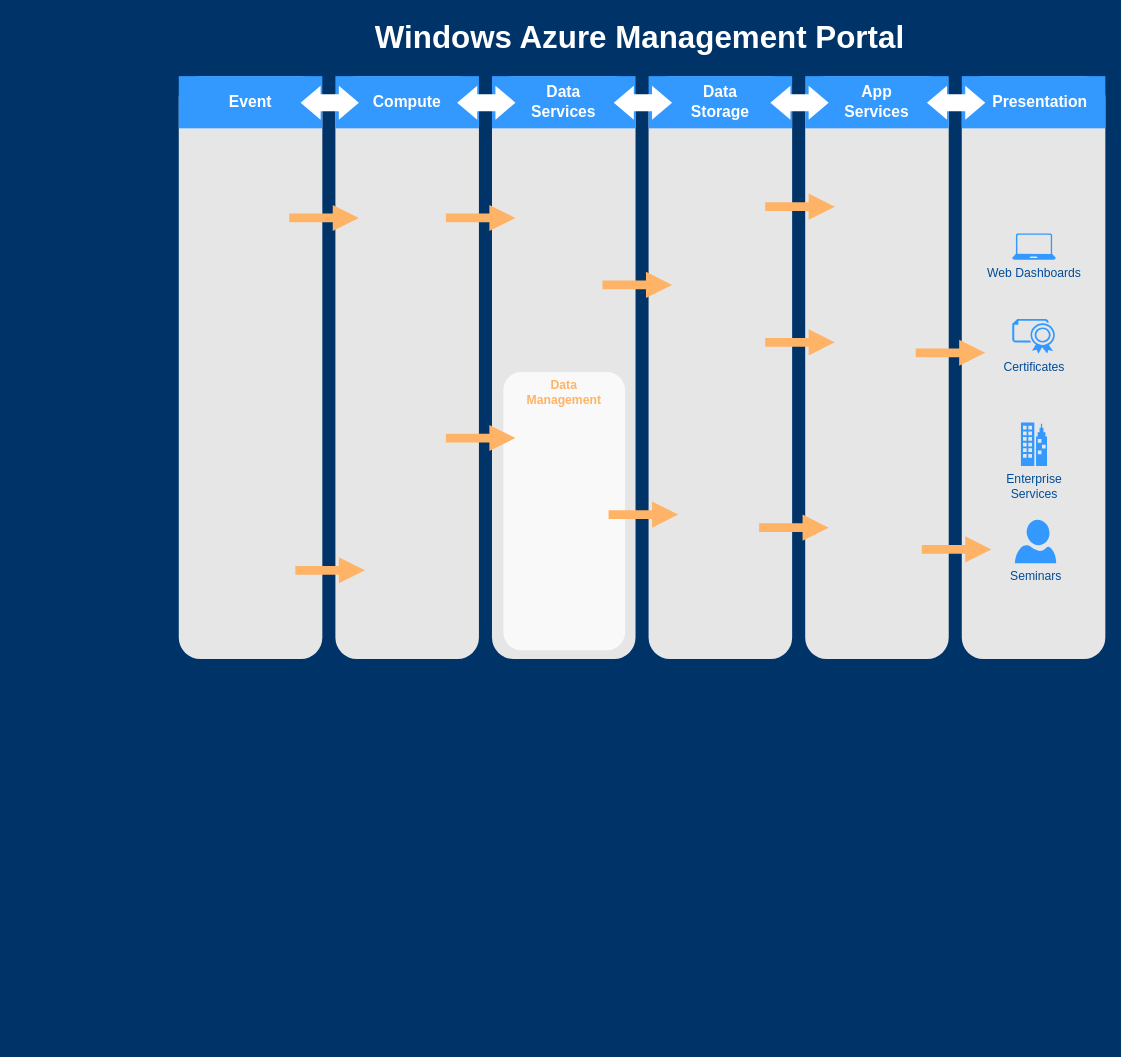
Above: 未命名绘图.drawio in lenonjone/Toolkits (draw.io), before the change. Source tidied: cells renumbered, new cells numbered last; positions are measured from the earlier drawing's top-left corner, leaving out a move shared by most shapes. Both pictures are drawn from the tidied source at 87%, with x=0, y=0 at pixel (178, 15).
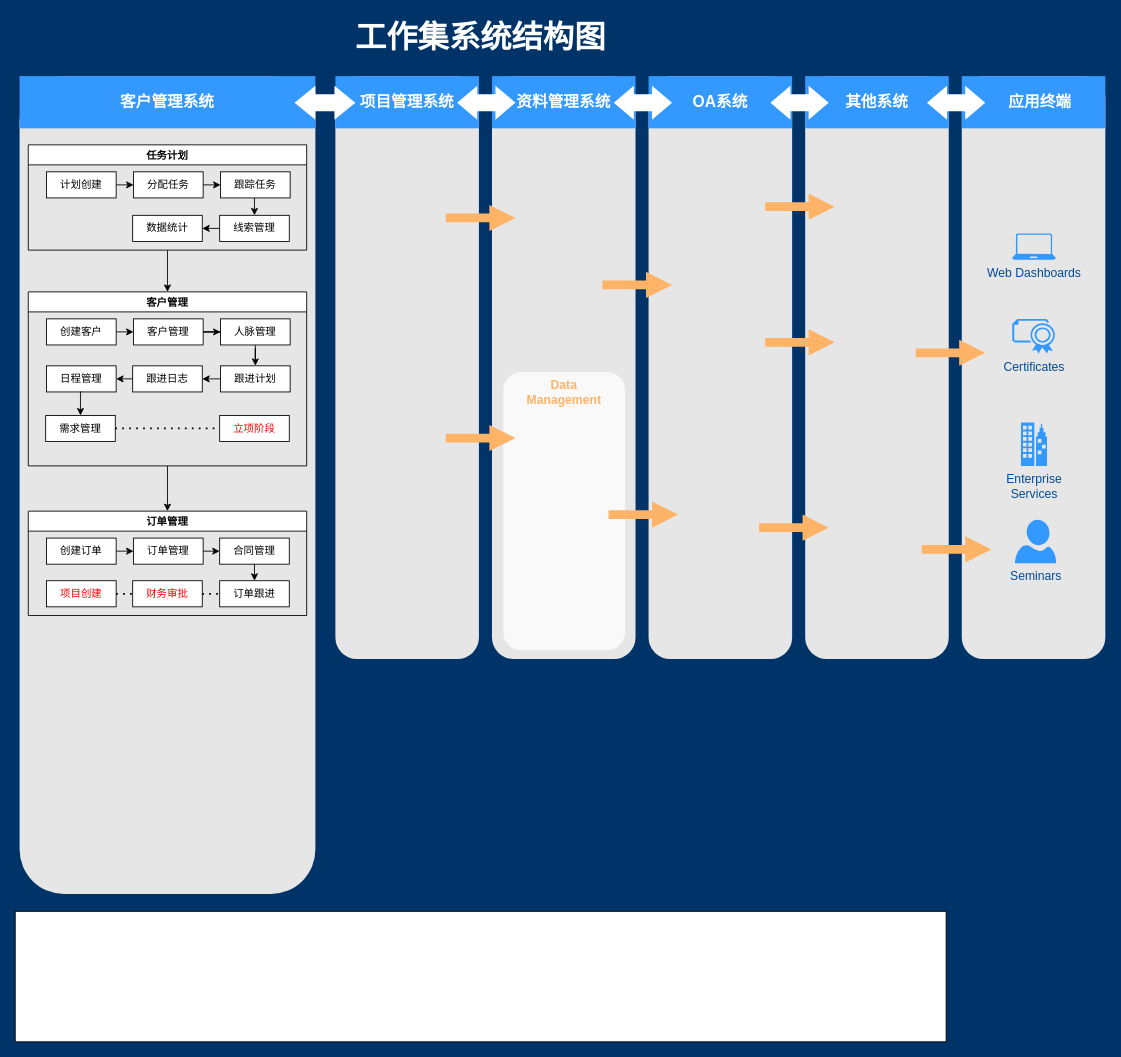
The same diagram, later.

Commit message:
更新未命名绘图.drawio

Change to the diagram source:
```diff
@@
     <mxCell id="2" style="rounded=1;whiteSpace=wrap;html=1;dashed=1;strokeColor=none;strokeWidth=2;fillColor=#E6E6E6;fontFamily=Verdana;fontSize=12;fontColor=#00BEF2;" parent="1" vertex="1">
-      <mxGeometry y="70" width="165" height="670" as="geometry" />
+      <mxGeometry x="-183" y="70" width="340" height="940" as="geometry" />
     </mxCell>
@@
-    <mxCell id="8" value="Event" style="whiteSpace=wrap;html=1;dashed=1;strokeColor=none;strokeWidth=2;fillColor=#3399FF;fontFamily=Helvetica;fontSize=18;fontColor=#FFFFFF;fontStyle=1;" parent="1" vertex="1">
-      <mxGeometry y="70" width="165" height="60" as="geometry" />
+    <mxCell id="8" value="客户管理系统" style="whiteSpace=wrap;html=1;dashed=1;strokeColor=none;strokeWidth=2;fillColor=#3399FF;fontFamily=Helvetica;fontSize=18;fontColor=#FFFFFF;fontStyle=1;" parent="1" vertex="1">
+      <mxGeometry x="-183" y="70" width="340" height="60" as="geometry" />
     </mxCell>
-    <mxCell id="9" value="Compute" style="whiteSpace=wrap;html=1;dashed=1;strokeColor=none;strokeWidth=2;fillColor=#3399FF;fontFamily=Helvetica;fontSize=18;fontColor=#FFFFFF;fontStyle=1;" parent="1" vertex="1">
+    <mxCell id="9" value="项目管理系统" style="whiteSpace=wrap;html=1;dashed=1;strokeColor=none;strokeWidth=2;fillColor=#3399FF;fontFamily=Helvetica;fontSize=18;fontColor=#FFFFFF;fontStyle=1;" parent="1" vertex="1">
       <mxGeometry x="180" y="70" width="165" height="60" as="geometry" />
     </mxCell>
-    <mxCell id="10" value="Data&lt;div&gt;Services&lt;/div&gt;" style="whiteSpace=wrap;html=1;dashed=1;strokeColor=none;strokeWidth=2;fillColor=#3399FF;fontFamily=Helvetica;fontSize=18;fontColor=#FFFFFF;fontStyle=1;" parent="1" vertex="1">
+    <mxCell id="10" value="资料管理系统" style="whiteSpace=wrap;html=1;dashed=1;strokeColor=none;strokeWidth=2;fillColor=#3399FF;fontFamily=Helvetica;fontSize=18;fontColor=#FFFFFF;fontStyle=1;" parent="1" vertex="1">
       <mxGeometry x="360" y="70" width="165" height="60" as="geometry" />
     </mxCell>
-    <mxCell id="11" value="Data&lt;div&gt;Storage&lt;/div&gt;" style="whiteSpace=wrap;html=1;dashed=1;strokeColor=none;strokeWidth=2;fillColor=#3399FF;fontFamily=Helvetica;fontSize=18;fontColor=#FFFFFF;fontStyle=1;" parent="1" vertex="1">
+    <mxCell id="11" value="OA系统" style="whiteSpace=wrap;html=1;dashed=1;strokeColor=none;strokeWidth=2;fillColor=#3399FF;fontFamily=Helvetica;fontSize=18;fontColor=#FFFFFF;fontStyle=1;" parent="1" vertex="1">
       <mxGeometry x="540" y="70" width="165" height="60" as="geometry" />
     </mxCell>
-    <mxCell id="12" value="App&lt;div&gt;Services&lt;/div&gt;" style="whiteSpace=wrap;html=1;dashed=1;strokeColor=none;strokeWidth=2;fillColor=#3399FF;fontFamily=Helvetica;fontSize=18;fontColor=#FFFFFF;fontStyle=1;" parent="1" vertex="1">
+    <mxCell id="12" value="其他系统" style="whiteSpace=wrap;html=1;dashed=1;strokeColor=none;strokeWidth=2;fillColor=#3399FF;fontFamily=Helvetica;fontSize=18;fontColor=#FFFFFF;fontStyle=1;" parent="1" vertex="1">
       <mxGeometry x="720" y="70" width="165" height="60" as="geometry" />
     </mxCell>
-    <mxCell id="13" value="&amp;nbsp; &amp;nbsp;Presentation" style="whiteSpace=wrap;html=1;dashed=1;strokeColor=none;strokeWidth=2;fillColor=#3399FF;fontFamily=Helvetica;fontSize=18;fontColor=#FFFFFF;fontStyle=1;" parent="1" vertex="1">
+    <mxCell id="13" value="&amp;nbsp; &amp;nbsp;应用终端" style="whiteSpace=wrap;html=1;dashed=1;strokeColor=none;strokeWidth=2;fillColor=#3399FF;fontFamily=Helvetica;fontSize=18;fontColor=#FFFFFF;fontStyle=1;" parent="1" vertex="1">
       <mxGeometry x="900" y="70" width="165" height="60" as="geometry" />
     </mxCell>
     <mxCell id="14" style="shape=mxgraph.arrows.two_way_arrow_horizontal;html=1;verticalLabelPosition=bottom;verticalAlign=top;strokeWidth=2;strokeColor=none;dashed=1;fillColor=#FFFFFF;fontFamily=Verdana;fontSize=12;fontColor=#00BEF2;" parent="1" vertex="1">
-      <mxGeometry x="140" y="81" width="67" height="39" as="geometry" />
+      <mxGeometry x="133" y="81" width="70" height="39" as="geometry" />
     </mxCell>
@@
-    <mxCell id="19" value="Windows Azure Management Portal" style="text;html=1;strokeColor=none;fillColor=none;align=center;verticalAlign=middle;whiteSpace=wrap;overflow=hidden;dashed=1;fontSize=36;fontColor=#FFFFFF;fontFamily=Helvetica;fontStyle=1;" parent="1" vertex="1">
-      <mxGeometry width="1060" height="50" as="geometry" />
+    <mxCell id="19" value="工作集系统结构图" style="text;html=1;strokeColor=none;fillColor=none;align=center;verticalAlign=middle;whiteSpace=wrap;overflow=hidden;dashed=1;fontSize=36;fontColor=#FFFFFF;fontFamily=Helvetica;fontStyle=1;" parent="1" vertex="1">
+      <mxGeometry x="-183" width="1060" height="50" as="geometry" />
     </mxCell>
@@
-    <mxCell id="25" style="arrow;html=1;endArrow=block;endFill=1;strokeColor=none;strokeWidth=4;fontFamily=Helvetica;fontSize=36;fontColor=#FFB366;fillColor=#FFB366;" parent="1" edge="1">
-      <mxGeometry relative="1" as="geometry">
-        <mxPoint x="127" y="233" as="sourcePoint" />
-        <mxPoint x="207" y="233" as="targetPoint" />
-      </mxGeometry>
-    </mxCell>
@@
-    <mxCell id="35" style="arrow;html=1;endArrow=block;endFill=1;strokeColor=none;strokeWidth=4;fontFamily=Helvetica;fontSize=36;fontColor=#FFB366;fillColor=#FFB366;" parent="1" edge="1">
-      <mxGeometry relative="1" as="geometry">
-        <mxPoint x="134" y="638" as="sourcePoint" />
-        <mxPoint x="214" y="638" as="targetPoint" />
-      </mxGeometry>
-    </mxCell>
+    <mxCell id="36" style="rounded=0;whiteSpace=wrap;html=1;" parent="1" vertex="1">
+      <mxGeometry x="-188" y="1030" width="1070" height="150" as="geometry" />
+    </mxCell>
+    <mxCell id="37" style="edgeStyle=orthogonalEdgeStyle;rounded=0;jettySize=auto;html=1;exitX=0.5;exitY=1;exitDx=0;exitDy=0;entryX=0.5;entryY=0;entryDx=0;entryDy=0;" parent="1" edge="1" source="38" target="47">
+      <mxGeometry relative="1" as="geometry" />
+    </mxCell>
+    <mxCell id="38" value="任务计划" style="swimlane;" parent="1" vertex="1">
+      <mxGeometry x="-173" y="149" width="320" height="121" as="geometry" />
+    </mxCell>
+    <mxCell id="39" value="分配任务" style="rounded=0;whiteSpace=wrap;html=1;" parent="38" vertex="1">
+      <mxGeometry x="121" y="31" width="80" height="30" as="geometry" />
+    </mxCell>
+    <mxCell id="40" style="edgeStyle=orthogonalEdgeStyle;rounded=0;jettySize=auto;html=1;exitX=1;exitY=0.5;exitDx=0;exitDy=0;entryX=0;entryY=0.5;entryDx=0;entryDy=0;" parent="38" edge="1" source="41" target="39">
+      <mxGeometry relative="1" as="geometry" />
+    </mxCell>
+    <mxCell id="41" value="计划创建" style="rounded=0;whiteSpace=wrap;html=1;" parent="38" vertex="1">
+      <mxGeometry x="21" y="31" width="80" height="30" as="geometry" />
+    </mxCell>
+    <mxCell id="42" value="线索管理" style="rounded=0;whiteSpace=wrap;html=1;" parent="38" vertex="1">
+      <mxGeometry x="220" y="81" width="80" height="30" as="geometry" />
+    </mxCell>
+    <mxCell id="43" style="edgeStyle=orthogonalEdgeStyle;rounded=0;jettySize=auto;html=1;exitX=0.5;exitY=1;exitDx=0;exitDy=0;entryX=0.5;entryY=0;entryDx=0;entryDy=0;" parent="1" edge="1" source="44" target="42">
+      <mxGeometry relative="1" as="geometry" />
+    </mxCell>
+    <mxCell id="44" value="跟踪任务" style="rounded=0;whiteSpace=wrap;html=1;" parent="1" vertex="1">
+      <mxGeometry x="48" y="180" width="80" height="30" as="geometry" />
+    </mxCell>
+    <mxCell id="45" style="edgeStyle=orthogonalEdgeStyle;rounded=0;jettySize=auto;html=1;exitX=1;exitY=0.5;exitDx=0;exitDy=0;entryX=0;entryY=0.5;entryDx=0;entryDy=0;" parent="1" edge="1" source="39" target="44">
+      <mxGeometry relative="1" as="geometry" />
+    </mxCell>
+    <mxCell id="46" style="edgeStyle=orthogonalEdgeStyle;rounded=0;jettySize=auto;html=1;fontColor=#FF0000;" parent="1" edge="1" source="47" target="65">
+      <mxGeometry relative="1" as="geometry" />
+    </mxCell>
+    <mxCell id="47" value="客户管理" style="swimlane;" parent="1" vertex="1">
+      <mxGeometry x="-173" y="318" width="320" height="200" as="geometry" />
+    </mxCell>
+    <mxCell id="48" value="客户管理" style="rounded=0;whiteSpace=wrap;html=1;" parent="47" vertex="1">
+      <mxGeometry x="121" y="31" width="80" height="30" as="geometry" />
+    </mxCell>
+    <mxCell id="49" style="edgeStyle=orthogonalEdgeStyle;rounded=0;jettySize=auto;html=1;exitX=1;exitY=0.5;exitDx=0;exitDy=0;entryX=0;entryY=0.5;entryDx=0;entryDy=0;" parent="47" edge="1" source="50" target="48">
+      <mxGeometry relative="1" as="geometry" />
+    </mxCell>
+    <mxCell id="50" value="创建客户" style="rounded=0;whiteSpace=wrap;html=1;" parent="47" vertex="1">
+      <mxGeometry x="21" y="31" width="80" height="30" as="geometry" />
+    </mxCell>
+    <mxCell id="51" value="日程管理" style="rounded=0;whiteSpace=wrap;html=1;" parent="47" vertex="1">
+      <mxGeometry x="21" y="85" width="80" height="30" as="geometry" />
+    </mxCell>
+    <mxCell id="52" value="&lt;font color=&quot;#ff0000&quot;&gt;立项阶段&lt;/font&gt;" style="rounded=0;whiteSpace=wrap;html=1;" parent="47" vertex="1">
+      <mxGeometry x="220" y="142" width="80" height="30" as="geometry" />
+    </mxCell>
+    <mxCell id="53" value="数据统计" style="rounded=0;whiteSpace=wrap;html=1;" parent="1" vertex="1">
+      <mxGeometry x="-53" y="230" width="80" height="30" as="geometry" />
+    </mxCell>
+    <mxCell id="54" style="edgeStyle=orthogonalEdgeStyle;rounded=0;jettySize=auto;html=1;exitX=0;exitY=0.5;exitDx=0;exitDy=0;entryX=1;entryY=0.5;entryDx=0;entryDy=0;" parent="1" edge="1" source="42" target="53">
+      <mxGeometry relative="1" as="geometry" />
+    </mxCell>
+    <mxCell id="55" style="edgeStyle=orthogonalEdgeStyle;rounded=0;jettySize=auto;html=1;exitX=0.5;exitY=1;exitDx=0;exitDy=0;" parent="1" edge="1" source="56" target="59">
+      <mxGeometry relative="1" as="geometry" />
+    </mxCell>
+    <mxCell id="56" value="人脉管理" style="rounded=0;whiteSpace=wrap;html=1;" parent="1" vertex="1">
+      <mxGeometry x="48" y="349" width="80" height="30" as="geometry" />
+    </mxCell>
+    <mxCell id="57" style="edgeStyle=orthogonalEdgeStyle;rounded=0;jettySize=auto;html=1;exitX=1;exitY=0.5;exitDx=0;exitDy=0;" parent="1" edge="1" source="48" target="56">
+      <mxGeometry relative="1" as="geometry" />
+    </mxCell>
+    <mxCell id="58" style="edgeStyle=orthogonalEdgeStyle;rounded=0;jettySize=auto;html=1;exitX=0;exitY=0.5;exitDx=0;exitDy=0;entryX=1;entryY=0.5;entryDx=0;entryDy=0;" parent="1" edge="1" source="59" target="61">
+      <mxGeometry relative="1" as="geometry" />
+    </mxCell>
+    <mxCell id="59" value="跟进计划" style="rounded=0;whiteSpace=wrap;html=1;" parent="1" vertex="1">
+      <mxGeometry x="48" y="403" width="80" height="30" as="geometry" />
+    </mxCell>
+    <mxCell id="60" style="edgeStyle=orthogonalEdgeStyle;rounded=0;jettySize=auto;html=1;exitX=0;exitY=0.5;exitDx=0;exitDy=0;entryX=1;entryY=0.5;entryDx=0;entryDy=0;" parent="1" edge="1" source="61" target="51">
+      <mxGeometry relative="1" as="geometry" />
+    </mxCell>
+    <mxCell id="61" value="跟进日志" style="rounded=0;whiteSpace=wrap;html=1;" parent="1" vertex="1">
+      <mxGeometry x="-53" y="403" width="80" height="30" as="geometry" />
+    </mxCell>
+    <mxCell id="62" value="需求管理" style="rounded=0;whiteSpace=wrap;html=1;" parent="1" vertex="1">
+      <mxGeometry x="-153" y="460" width="80" height="30" as="geometry" />
+    </mxCell>
+    <mxCell id="63" style="edgeStyle=orthogonalEdgeStyle;rounded=0;jettySize=auto;html=1;exitX=0.5;exitY=1;exitDx=0;exitDy=0;entryX=0.5;entryY=0;entryDx=0;entryDy=0;" parent="1" edge="1" source="51" target="62">
+      <mxGeometry relative="1" as="geometry" />
+    </mxCell>
+    <mxCell id="64" style="endArrow=none;dashed=1;html=1;dashPattern=1 3;strokeWidth=2;rounded=0;exitX=1;exitY=0.5;exitDx=0;exitDy=0;entryX=0;entryY=0.5;entryDx=0;entryDy=0;" parent="1" edge="1" source="62" target="52">
+      <mxGeometry relative="1" as="geometry" />
+    </mxCell>
+    <mxCell id="65" value="订单管理" style="swimlane;" parent="1" vertex="1">
+      <mxGeometry x="-173" y="570" width="320" height="120" as="geometry" />
+    </mxCell>
+    <mxCell id="66" value="订单管理" style="rounded=0;whiteSpace=wrap;html=1;" parent="65" vertex="1">
+      <mxGeometry x="121" y="31" width="80" height="30" as="geometry" />
+    </mxCell>
+    <mxCell id="67" style="edgeStyle=orthogonalEdgeStyle;rounded=0;jettySize=auto;html=1;exitX=1;exitY=0.5;exitDx=0;exitDy=0;entryX=0;entryY=0.5;entryDx=0;entryDy=0;" parent="65" edge="1" source="68" target="66">
+      <mxGeometry relative="1" as="geometry" />
+    </mxCell>
+    <mxCell id="68" value="创建订单" style="rounded=0;whiteSpace=wrap;html=1;" parent="65" vertex="1">
+      <mxGeometry x="21" y="31" width="80" height="30" as="geometry" />
+    </mxCell>
+    <mxCell id="69" value="订单跟进" style="rounded=0;whiteSpace=wrap;html=1;" parent="65" vertex="1">
+      <mxGeometry x="220" y="80" width="80" height="30" as="geometry" />
+    </mxCell>
+    <mxCell id="70" value="&lt;font color=&quot;#ff0000&quot;&gt;财务审批&lt;/font&gt;" style="rounded=0;whiteSpace=wrap;html=1;" parent="65" vertex="1">
+      <mxGeometry x="120" y="80" width="80" height="30" as="geometry" />
+    </mxCell>
+    <mxCell id="71" style="endArrow=none;dashed=1;html=1;dashPattern=1 3;strokeWidth=2;rounded=0;exitX=1;exitY=0.5;exitDx=0;exitDy=0;entryX=0;entryY=0.5;entryDx=0;entryDy=0;" parent="65" edge="1" source="70" target="69">
+      <mxGeometry relative="1" as="geometry" />
+    </mxCell>
+    <mxCell id="72" value="&lt;font color=&quot;#ff0000&quot;&gt;项目创建&lt;/font&gt;" style="rounded=0;whiteSpace=wrap;html=1;" parent="65" vertex="1">
+      <mxGeometry x="21" y="80" width="80" height="30" as="geometry" />
+    </mxCell>
+    <mxCell id="73" value="合同管理" style="rounded=0;whiteSpace=wrap;html=1;" parent="65" vertex="1">
+      <mxGeometry x="220" y="31" width="80" height="30" as="geometry" />
+    </mxCell>
+    <mxCell id="74" style="edgeStyle=orthogonalEdgeStyle;rounded=0;jettySize=auto;html=1;exitX=1;exitY=0.5;exitDx=0;exitDy=0;entryX=0;entryY=0.5;entryDx=0;entryDy=0;fontColor=#FF0000;" parent="65" edge="1" source="66" target="73">
+      <mxGeometry relative="1" as="geometry" />
+    </mxCell>
+    <mxCell id="75" style="edgeStyle=orthogonalEdgeStyle;rounded=0;jettySize=auto;html=1;exitX=0.5;exitY=1;exitDx=0;exitDy=0;entryX=0.5;entryY=0;entryDx=0;entryDy=0;fontColor=#FF0000;" parent="65" edge="1" source="73" target="69">
+      <mxGeometry relative="1" as="geometry" />
+    </mxCell>
+    <mxCell id="76" style="endArrow=none;dashed=1;html=1;dashPattern=1 3;strokeWidth=2;rounded=0;exitX=1;exitY=0.5;exitDx=0;exitDy=0;entryX=0;entryY=0.5;entryDx=0;entryDy=0;" parent="65" edge="1" source="72" target="70">
+      <mxGeometry relative="1" as="geometry" />
+    </mxCell>
```
